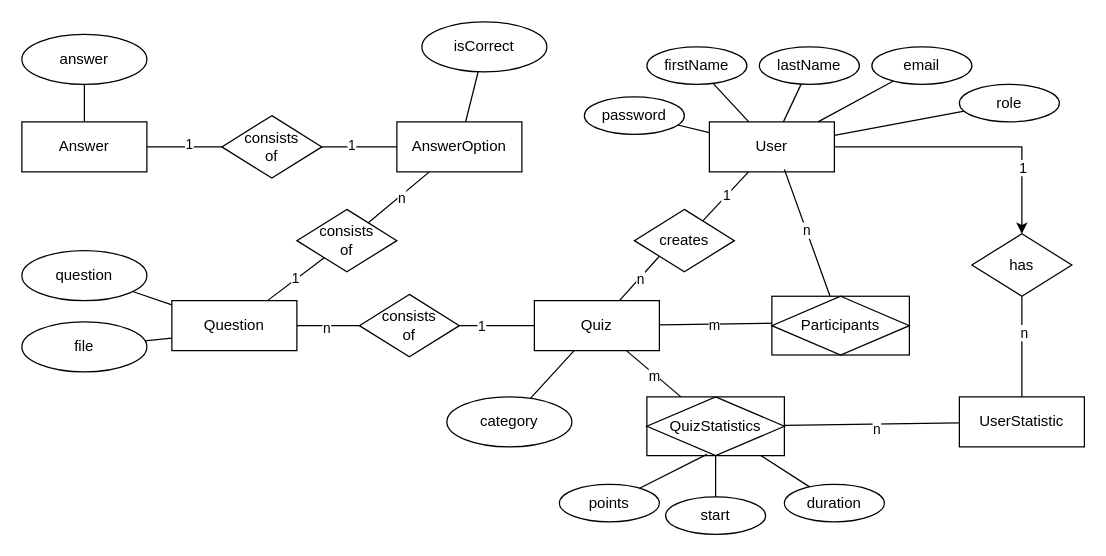
This is erd.drawio from altink7/quizapplication_backend, a draw.io file, before an edit. Source tidied: cells renumbered, new cells numbered last; positions are measured from the earlier drawing's top-left corner, leaving out a move shared by most shapes. Both pictures are drawn from the tidied source at 125%, with x=0, y=0 at pixel (21, 21).
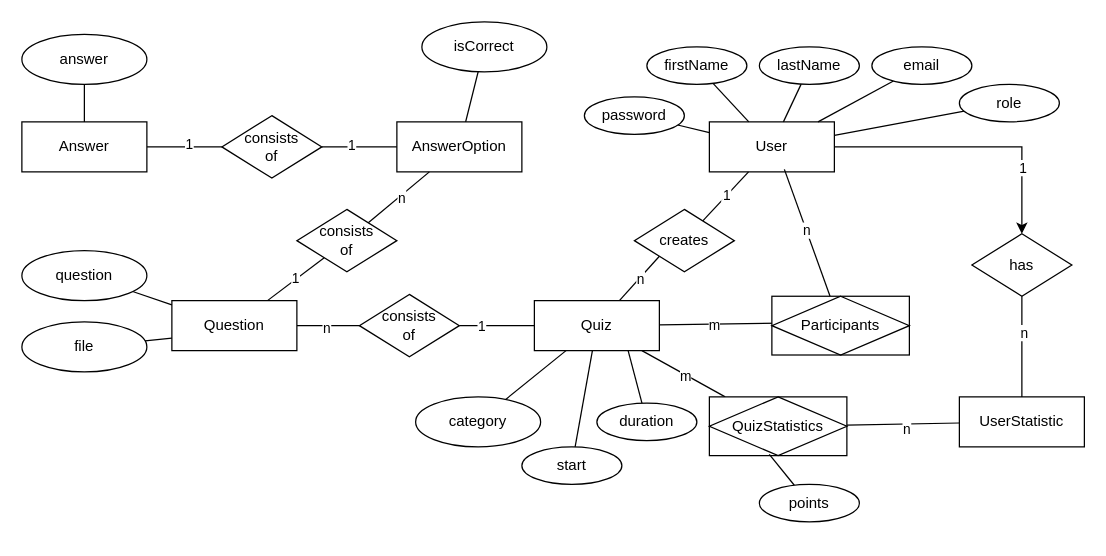
The same page after the edit.

Unchanged cells that the change refers to:
```xml
<mxCell id="15" value="Quiz" style="whiteSpace=wrap;html=1;align=center;" parent="1" vertex="1">
  <mxGeometry x="410" y="223" width="100" height="40" as="geometry" />
</mxCell>
```

Change to the diagram source:
```diff
@@
     <mxCell id="46" value="category" style="ellipse;whiteSpace=wrap;html=1;align=center;" parent="1" vertex="1">
-      <mxGeometry x="340" y="300" width="100" height="40" as="geometry" />
+      <mxGeometry x="315" y="300" width="100" height="40" as="geometry" />
     </mxCell>
@@
     <mxCell id="49" value="QuizStatistics" style="shape=associativeEntity;whiteSpace=wrap;html=1;align=center;" parent="1" vertex="1">
-      <mxGeometry x="500" y="300" width="110" height="47" as="geometry" />
+      <mxGeometry x="550" y="300" width="110" height="47" as="geometry" />
     </mxCell>
@@
     <mxCell id="51" value="points" style="ellipse;whiteSpace=wrap;html=1;align=center;" parent="1" vertex="1">
-      <mxGeometry x="430" y="370" width="80" height="30" as="geometry" />
+      <mxGeometry x="590" y="370" width="80" height="30" as="geometry" />
     </mxCell>
-    <mxCell id="52" style="edgeStyle=orthogonalEdgeStyle;rounded=0;jettySize=auto;html=1;entryX=0.5;entryY=1;entryDx=0;entryDy=0;endArrow=none;endFill=0;" parent="1" edge="1" source="53" target="49">
-      <mxGeometry relative="1" as="geometry" />
-    </mxCell>
-    <mxCell id="53" value="start" style="ellipse;whiteSpace=wrap;html=1;align=center;" parent="1" vertex="1">
-      <mxGeometry x="515" y="380" width="80" height="30" as="geometry" />
-    </mxCell>
-    <mxCell id="54" style="rounded=0;jettySize=auto;html=1;endArrow=none;endFill=0;" parent="1" edge="1" source="55" target="49">
-      <mxGeometry relative="1" as="geometry" />
-    </mxCell>
-    <mxCell id="55" value="duration" style="ellipse;whiteSpace=wrap;html=1;align=center;" parent="1" vertex="1">
-      <mxGeometry x="610" y="370" width="80" height="30" as="geometry" />
-    </mxCell>
@@
+    <mxCell id="69" style="rounded=0;jettySize=auto;html=1;endArrow=none;endFill=0;" parent="1" edge="1" source="53" target="15">
+      <mxGeometry relative="1" as="geometry" />
+    </mxCell>
+    <mxCell id="53" value="start" style="ellipse;whiteSpace=wrap;html=1;align=center;" parent="1" vertex="1">
+      <mxGeometry x="400" y="340" width="80" height="30" as="geometry" />
+    </mxCell>
+    <mxCell id="70" style="rounded=0;jettySize=auto;html=1;entryX=0.75;entryY=1;entryDx=0;entryDy=0;endArrow=none;endFill=0;" parent="1" edge="1" source="55" target="15">
+      <mxGeometry relative="1" as="geometry" />
+    </mxCell>
+    <mxCell id="55" value="duration" style="ellipse;whiteSpace=wrap;html=1;align=center;" parent="1" vertex="1">
+      <mxGeometry x="460" y="305" width="80" height="30" as="geometry" />
+    </mxCell>
```
